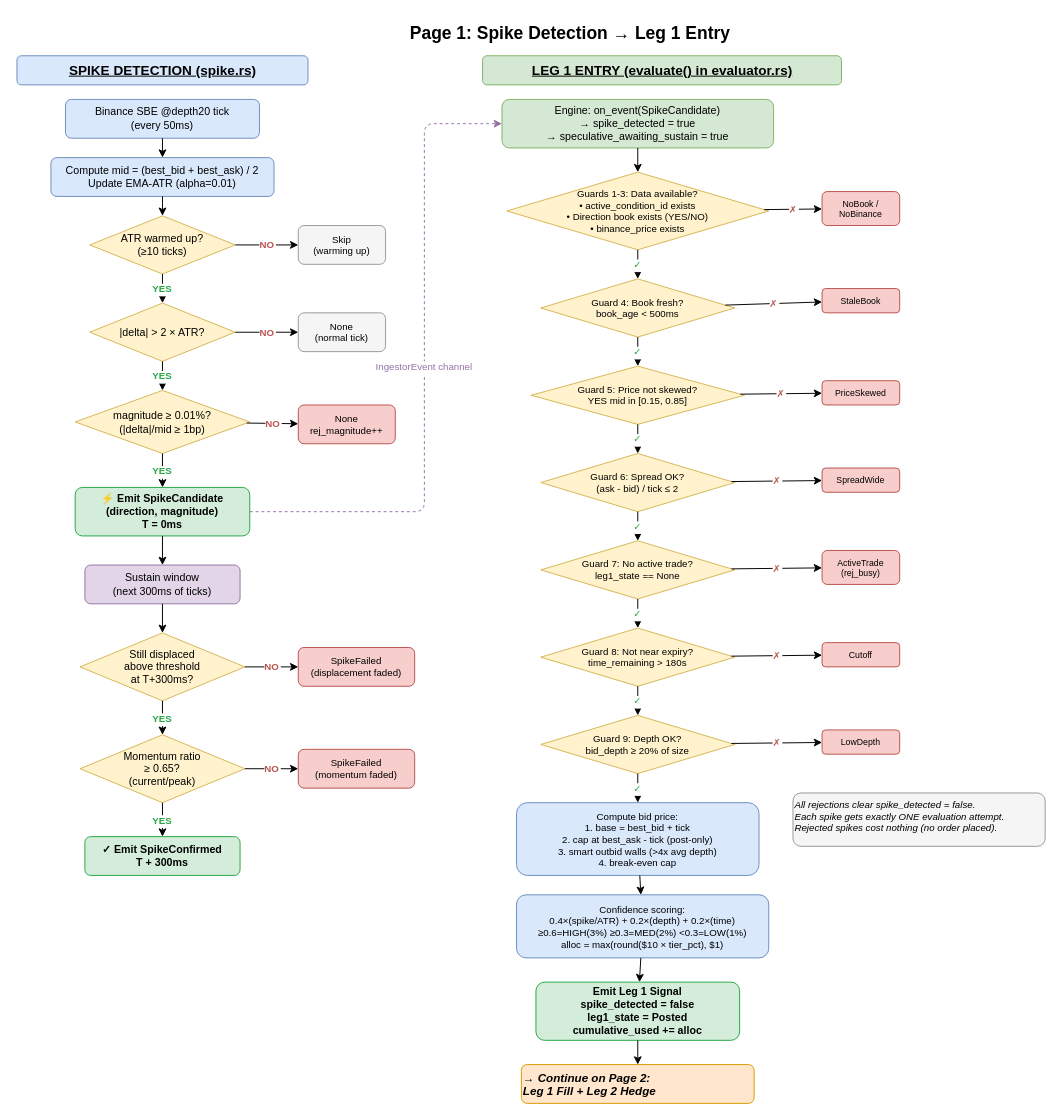
Above: page "1. Spike Detection → Leg 1 Entry" (1 of 4) of trading_flow.drawio in ranveerbains/FaCaiBot (draw.io), before the change. Source tidied: cells renumbered, new cells numbered last; positions are measured from the earlier drawing's top-left corner, leaving out a move shared by most shapes. Both pictures are drawn from the tidied source at 97%, with x=0, y=0 at pixel (16, 16).
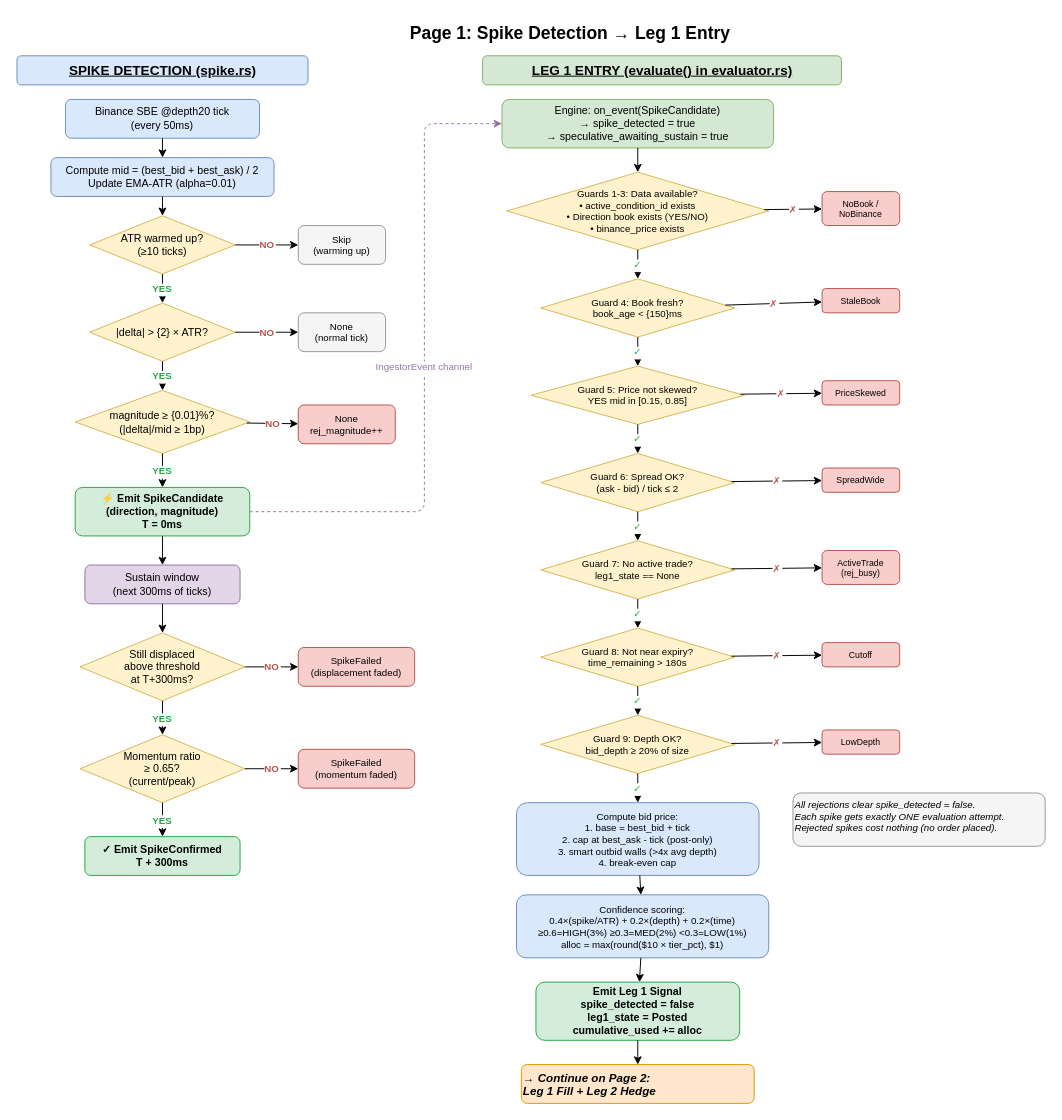
The same page after the edit.

Diff of the diagram source:
```diff
@@
-    <mxCell id="7" value="|delta| &gt; 2 × ATR?" style="rhombus;whiteSpace=wrap;html=1;fillColor=#fff2cc;strokeColor=#d6b656;fontSize=11;" parent="1" vertex="1">
+    <mxCell id="7" value="|delta| &amp;gt; {2} × ATR?" style="rhombus;whiteSpace=wrap;html=1;fillColor=#fff2cc;strokeColor=#d6b656;fontSize=11;" parent="1" vertex="1">
       <mxGeometry x="75" y="295" width="150" height="60" as="geometry" />
     </mxCell>
-    <mxCell id="8" value="magnitude ≥ 0.01%?&#10;(|delta|/mid ≥ 1bp)" style="rhombus;whiteSpace=wrap;html=1;fillColor=#fff2cc;strokeColor=#d6b656;fontSize=11;" parent="1" vertex="1">
+    <mxCell id="8" value="magnitude ≥ {0.01}%?&lt;br&gt;(|delta|/mid ≥ 1bp)" style="rhombus;whiteSpace=wrap;html=1;fillColor=#fff2cc;strokeColor=#d6b656;fontSize=11;" parent="1" vertex="1">
       <mxGeometry x="60" y="385" width="180" height="65" as="geometry" />
     </mxCell>
@@
-    <mxCell id="36" value="Guard 4: Book fresh?&#10;book_age &lt; 500ms" style="rhombus;whiteSpace=wrap;html=1;fillColor=#fff2cc;strokeColor=#d6b656;fontSize=10;" parent="1" vertex="1">
+    <mxCell id="36" value="Guard 4: Book fresh?&lt;br&gt;book_age &amp;lt; {150}ms" style="rhombus;whiteSpace=wrap;html=1;fillColor=#fff2cc;strokeColor=#d6b656;fontSize=10;" parent="1" vertex="1">
       <mxGeometry x="540" y="270" width="200" height="60" as="geometry" />
     </mxCell>
```
